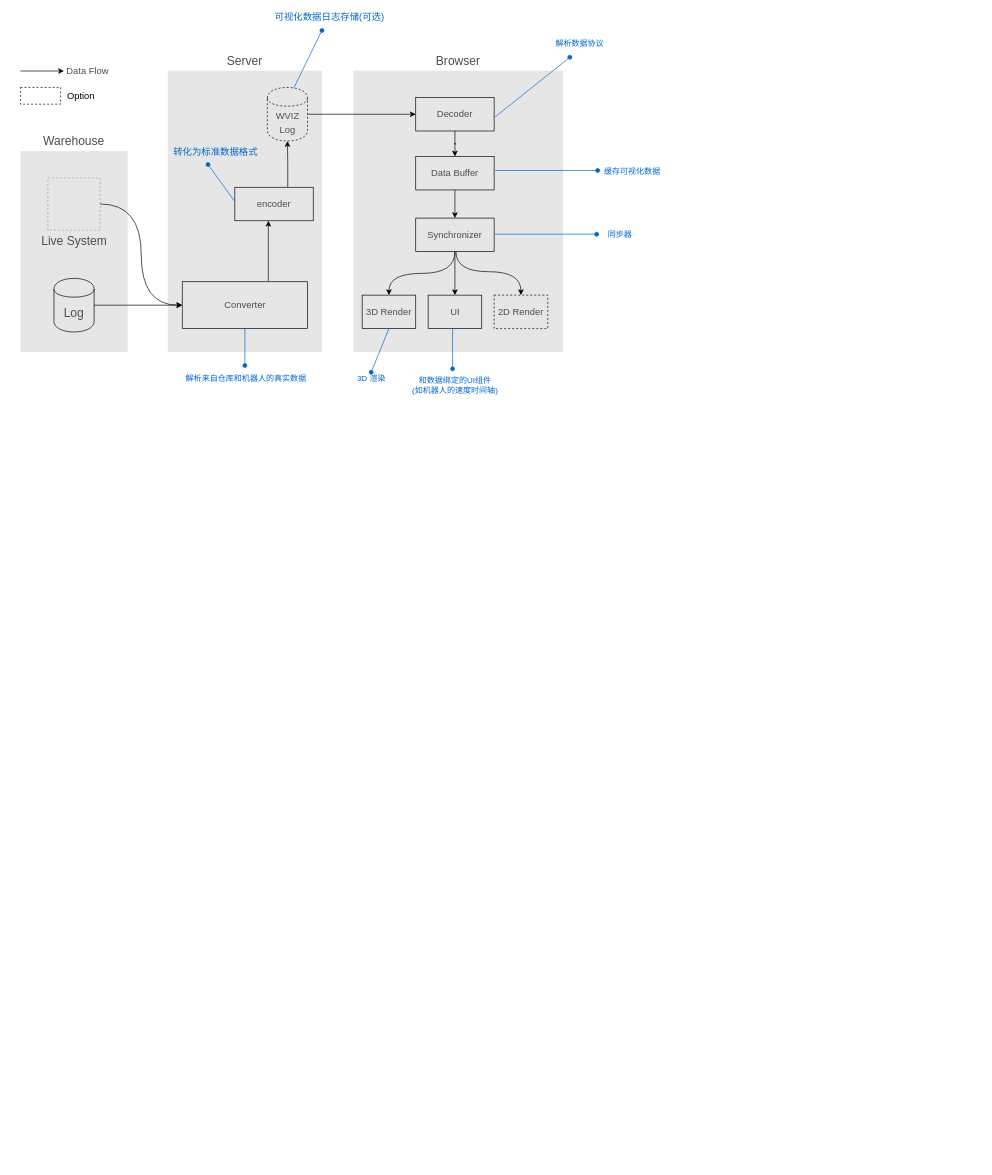
Before: wviz.drawio in hookex/chart, a draw.io diagram. Source tidied: cells renumbered, new cells numbered last; positions are measured from the earlier drawing's top-left corner, leaving out a move shared by most shapes. Both pictures are drawn from the tidied source at 67%, with x=0, y=0 at pixel (20, 30). Pictures stored in the file or linked from it are replaced by grey dashed boxes.
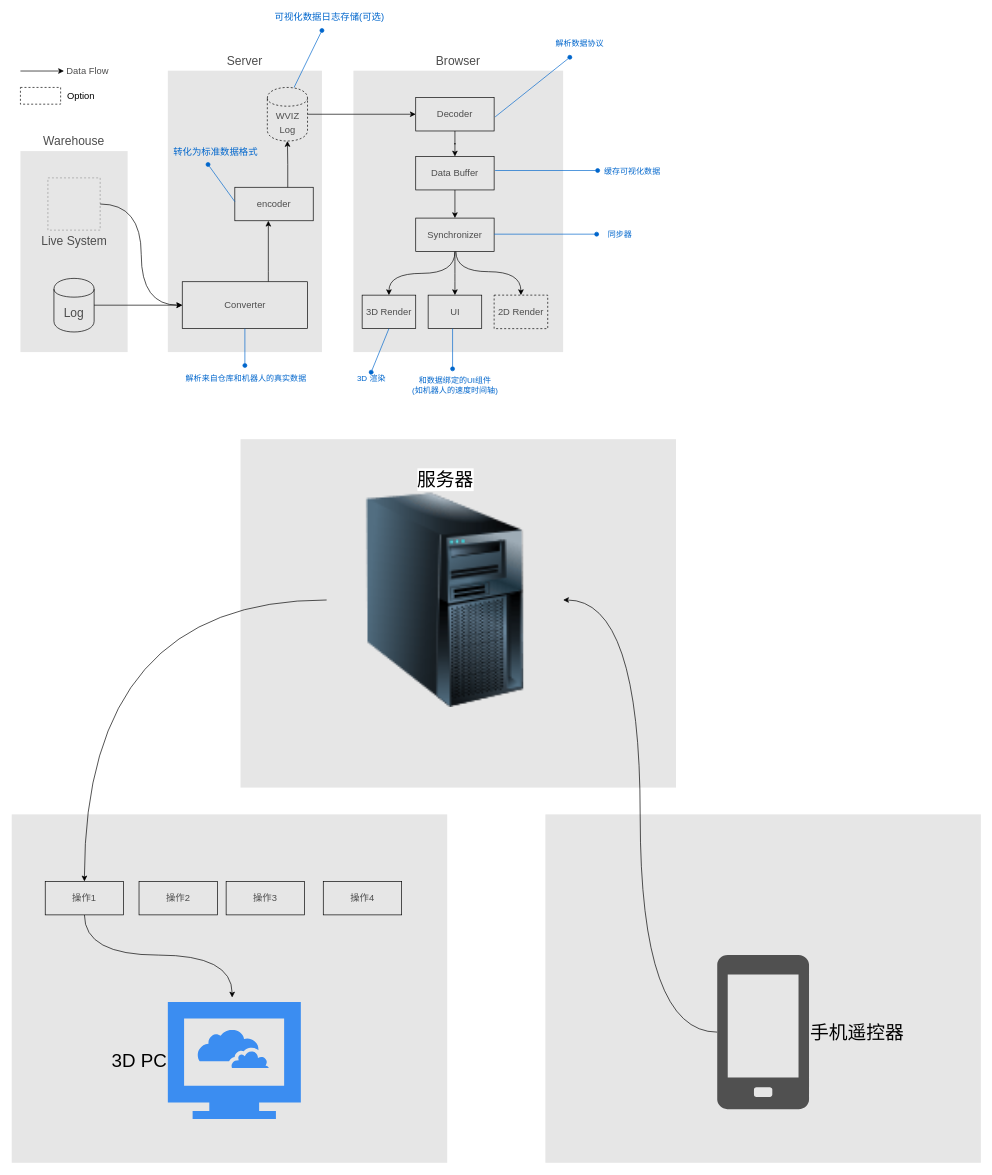
Above is the later version.

Diff of the diagram source:
```diff
@@
+    <mxCell id="47" style="rounded=0;whiteSpace=wrap;html=1;fillColor=#E6E6E6;strokeColor=none;labelPosition=center;verticalLabelPosition=top;align=center;verticalAlign=bottom;fontSize=18;fontColor=#4D4D4D;" parent="1" vertex="1">
+      <mxGeometry x="328.5" y="610" width="650" height="520" as="geometry" />
+    </mxCell>
+    <mxCell id="48" style="rounded=0;whiteSpace=wrap;html=1;fillColor=#E6E6E6;strokeColor=none;labelPosition=center;verticalLabelPosition=top;align=center;verticalAlign=bottom;fontSize=18;fontColor=#4D4D4D;" parent="1" vertex="1">
+      <mxGeometry x="783.5" y="1170" width="650" height="520" as="geometry" />
+    </mxCell>
@@
+    <mxCell id="49" style="rounded=0;whiteSpace=wrap;html=1;fillColor=#E6E6E6;strokeColor=none;labelPosition=center;verticalLabelPosition=top;align=center;verticalAlign=bottom;fontSize=18;fontColor=#4D4D4D;" parent="1" vertex="1">
+      <mxGeometry x="-13" y="1170" width="650" height="520" as="geometry" />
+    </mxCell>
+    <mxCell id="50" value="3D PC" style="html=1;strokeColor=none;shadow=0;align=right;verticalAlign=middle;fillColor=#3B8DF1;shape=mxgraph.gcp2.cloud_computer;dashed=1;labelBackgroundColor=none;fontSize=28;fontColor=#000000;labelPosition=left;verticalLabelPosition=middle;" parent="1" vertex="1">
+      <mxGeometry x="220" y="1450" width="198.5" height="174.7" as="geometry" />
+    </mxCell>
+    <mxCell id="51" style="edgeStyle=orthogonalEdgeStyle;curved=1;rounded=0;jettySize=auto;html=1;startArrow=none;startFill=0;endArrow=classic;endFill=1;strokeColor=#000000;fontSize=28;fontColor=#000000;" parent="1" edge="1" source="52">
+      <mxGeometry relative="1" as="geometry">
+        <mxPoint x="316" y="1443.3" as="targetPoint" />
+        <Array as="points">
+          <mxPoint x="96" y="1380" />
+          <mxPoint x="316" y="1380" />
+        </Array>
+      </mxGeometry>
+    </mxCell>
+    <mxCell id="52" value="操作1" style="rounded=0;whiteSpace=wrap;html=1;labelBackgroundColor=none;fillColor=#E6E6E6;fontSize=14;fontColor=#4D4D4D;align=center;" parent="1" vertex="1">
+      <mxGeometry x="37" y="1270" width="117" height="50" as="geometry" />
+    </mxCell>
+    <mxCell id="53" value="操作2" style="rounded=0;whiteSpace=wrap;html=1;labelBackgroundColor=none;fillColor=#E6E6E6;fontSize=14;fontColor=#4D4D4D;align=center;" parent="1" vertex="1">
+      <mxGeometry x="177" y="1270" width="117" height="50" as="geometry" />
+    </mxCell>
+    <mxCell id="54" value="操作3" style="rounded=0;whiteSpace=wrap;html=1;labelBackgroundColor=none;fillColor=#E6E6E6;fontSize=14;fontColor=#4D4D4D;align=center;" parent="1" vertex="1">
+      <mxGeometry x="307" y="1270" width="117" height="50" as="geometry" />
+    </mxCell>
+    <mxCell id="55" value="操作4" style="rounded=0;whiteSpace=wrap;html=1;labelBackgroundColor=none;fillColor=#E6E6E6;fontSize=14;fontColor=#4D4D4D;align=center;" parent="1" vertex="1">
+      <mxGeometry x="452" y="1270" width="117" height="50" as="geometry" />
+    </mxCell>
+    <mxCell id="56" style="edgeStyle=orthogonalEdgeStyle;curved=1;rounded=0;jettySize=auto;html=1;startArrow=none;startFill=0;endArrow=classic;endFill=1;strokeColor=#000000;fontSize=28;fontColor=#000000;entryX=1;entryY=0.5;entryDx=0;entryDy=0;" parent="1" edge="1" source="57" target="59">
+      <mxGeometry relative="1" as="geometry" />
+    </mxCell>
+    <mxCell id="57" value="手机遥控器" style="shadow=0;dashed=0;html=1;strokeColor=none;fillColor=#505050;labelPosition=right;verticalLabelPosition=middle;verticalAlign=middle;outlineConnect=0;align=left;shape=mxgraph.office.devices.cell_phone_generic;labelBackgroundColor=none;fontSize=28;fontColor=#000000;" parent="1" vertex="1">
+      <mxGeometry x="1040" y="1380" width="137" height="230" as="geometry" />
+    </mxCell>
+    <mxCell id="58" style="edgeStyle=orthogonalEdgeStyle;curved=1;rounded=0;jettySize=auto;html=1;entryX=0.5;entryY=0;entryDx=0;entryDy=0;startArrow=none;startFill=0;endArrow=classic;endFill=1;strokeColor=#000000;fontSize=28;fontColor=#000000;" parent="1" edge="1" source="59" target="52">
+      <mxGeometry relative="1" as="geometry" />
+    </mxCell>
+    <mxCell id="59" value="服务器" style="image;html=1;labelBackgroundColor=#ffffff;image=img/lib/clip_art/computers/Server_Tower_128x128.png;dashed=1;fillColor=none;fontSize=28;fontColor=#000000;align=center;labelPosition=center;verticalLabelPosition=top;verticalAlign=bottom;" parent="1" vertex="1">
+      <mxGeometry x="457" y="690" width="353" height="320" as="geometry" />
+    </mxCell>
```
